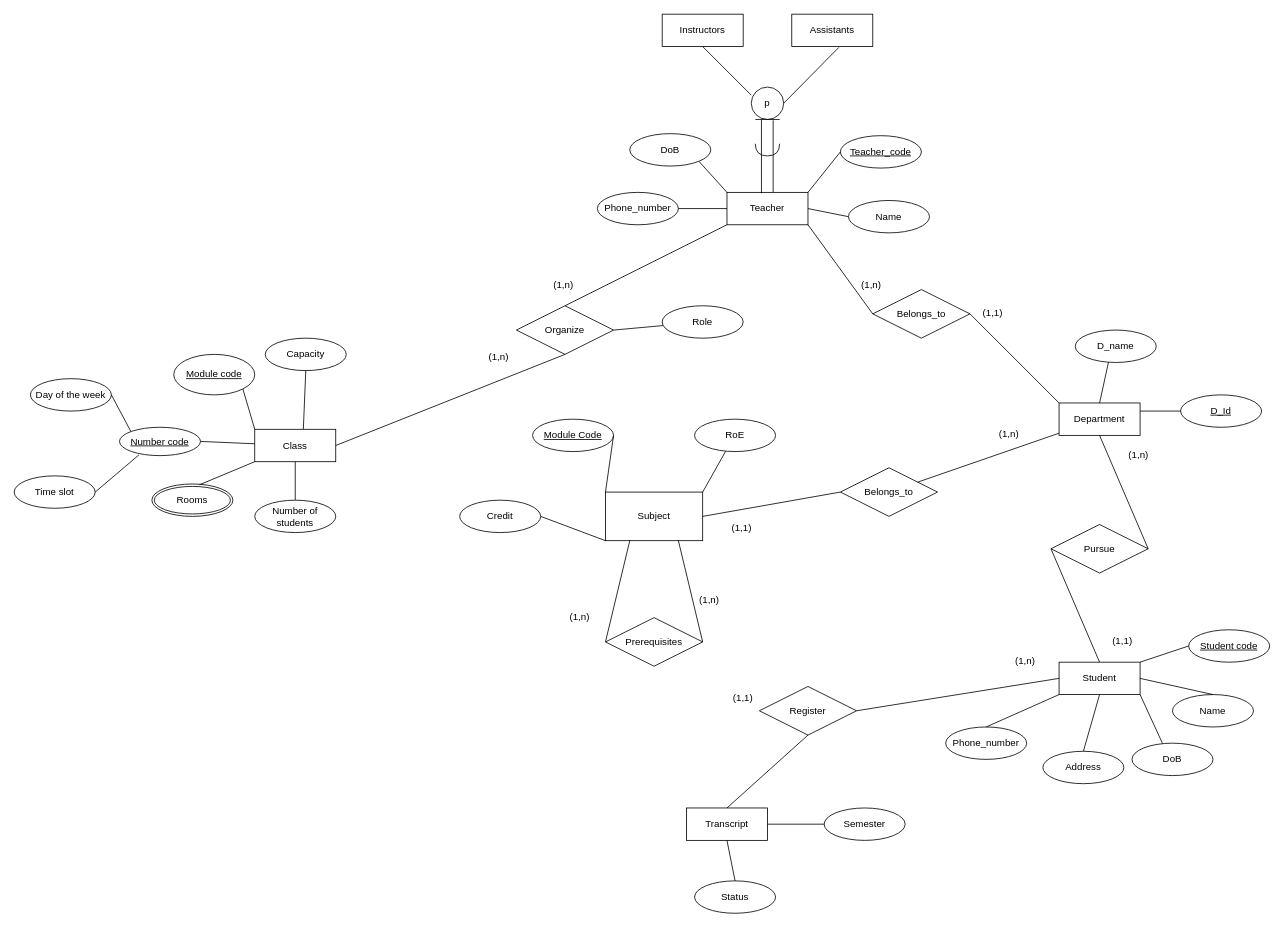
Earlier version of the draw.io diagram Finale.drawio (S0ra1n0/Database-learning). Source tidied: cells renumbered, new cells numbered last; positions are measured from the earlier drawing's top-left corner, leaving out a move shared by most shapes. Both pictures are drawn from the tidied source at 81%, with x=0, y=0 at pixel (14, 14).
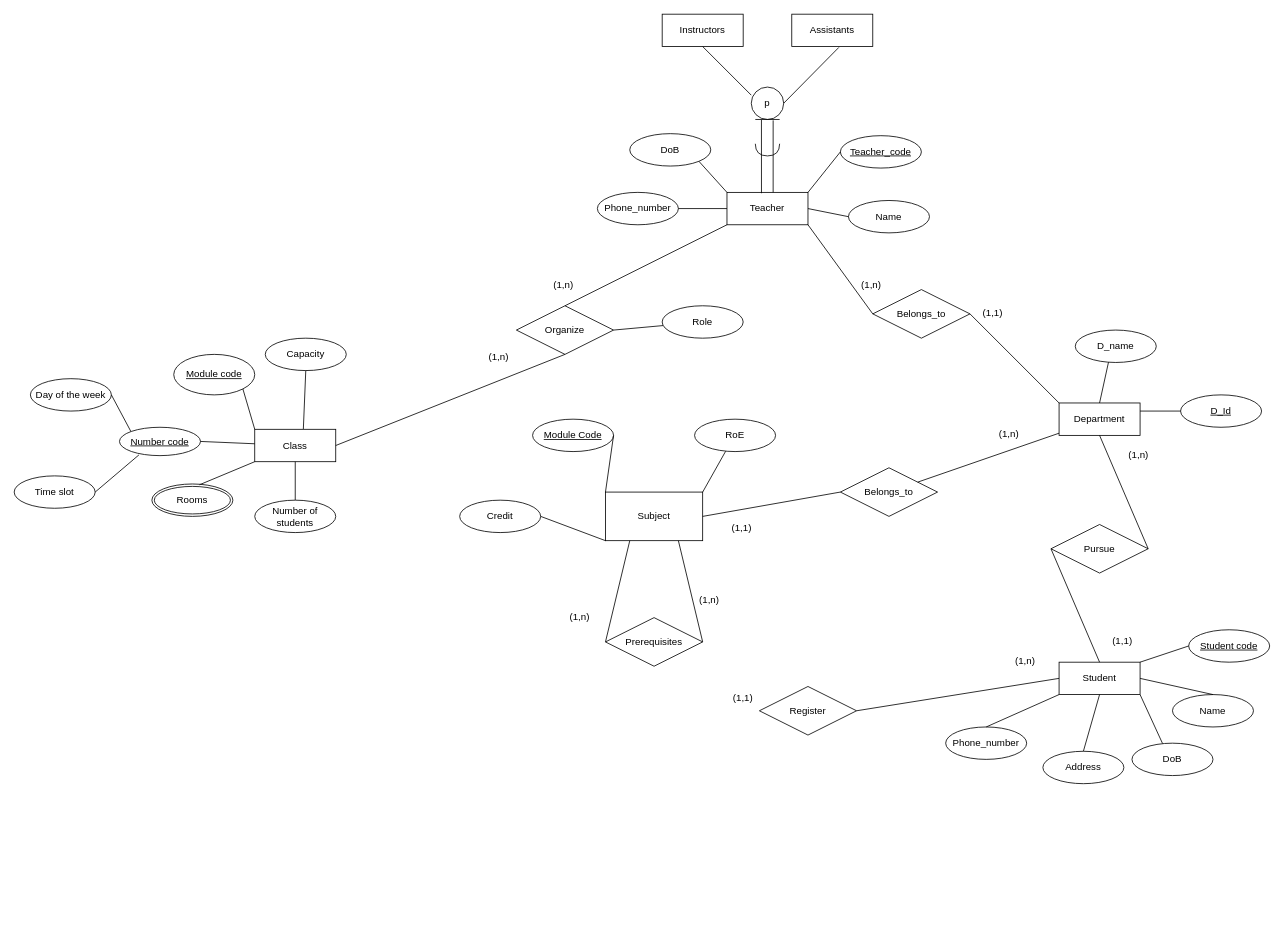
After the change.

Commit message:
Cập nhật Finale.drawio

Unchanged cells that the change refers to:
```xml
<mxCell id="24" value="Register" style="shape=rhombus;perimeter=rhombusPerimeter;whiteSpace=wrap;html=1;align=center;" parent="1" vertex="1">
  <mxGeometry x="920" y="830" width="120" height="60" as="geometry" />
</mxCell>
```

Change to the diagram source:
```diff
@@
-    <mxCell id="28" style="endArrow=none;html=1;rounded=0;entryX=0.5;entryY=1;entryDx=0;entryDy=0;exitX=0.5;exitY=0;exitDx=0;exitDy=0;" parent="1" edge="1" source="29" target="24">
-      <mxGeometry relative="1" as="geometry" />
-    </mxCell>
-    <mxCell id="29" value="Transcript" style="whiteSpace=wrap;html=1;align=center;" parent="1" vertex="1">
-      <mxGeometry x="830" y="980" width="100" height="40" as="geometry" />
-    </mxCell>
-    <mxCell id="30" value="Semester" style="ellipse;whiteSpace=wrap;html=1;align=center;" parent="1" vertex="1">
-      <mxGeometry x="1000" y="980" width="100" height="40" as="geometry" />
-    </mxCell>
-    <mxCell id="31" style="endArrow=none;html=1;rounded=0;exitX=1;exitY=0.5;exitDx=0;exitDy=0;entryX=0;entryY=0.5;entryDx=0;entryDy=0;" parent="1" edge="1" source="29" target="30">
-      <mxGeometry relative="1" as="geometry" />
-    </mxCell>
-    <mxCell id="32" value="Status" style="ellipse;whiteSpace=wrap;html=1;align=center;" parent="1" vertex="1">
-      <mxGeometry x="840" y="1070" width="100" height="40" as="geometry" />
-    </mxCell>
-    <mxCell id="33" style="endArrow=none;html=1;rounded=0;exitX=0.5;exitY=1;exitDx=0;exitDy=0;entryX=0.5;entryY=0;entryDx=0;entryDy=0;" parent="1" edge="1" source="29" target="32">
-      <mxGeometry relative="1" as="geometry" />
-    </mxCell>
```
